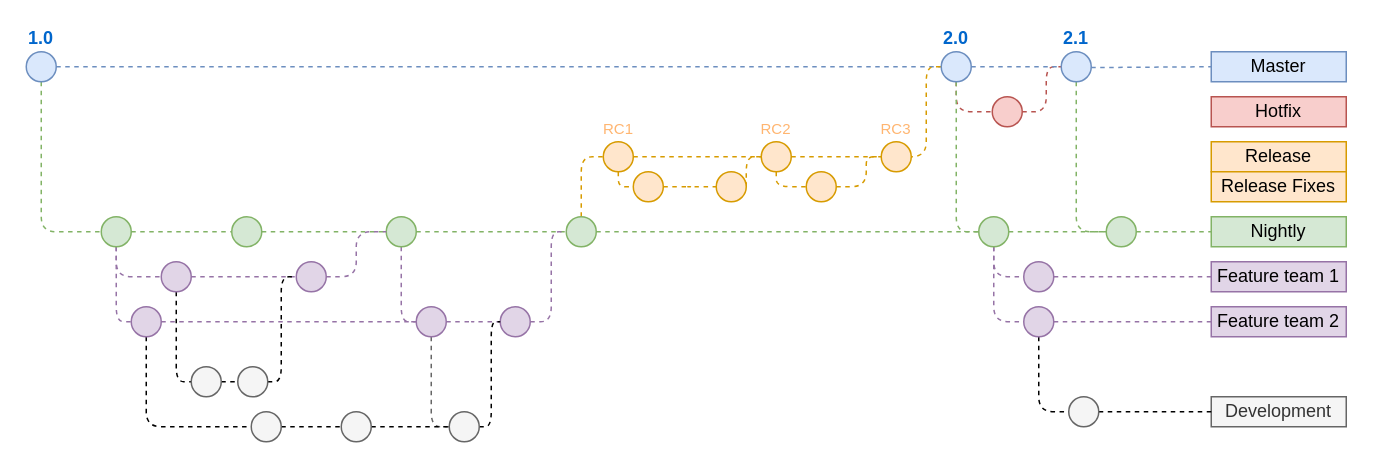
Earlier version of the draw.io diagram page "complex gitflow" (1 of 2) of blog/gitflow-examples.drawio (jgraph/drawio-diagrams). Source tidied: cells renumbered, new cells numbered last; positions are measured from the earlier drawing's top-left corner, leaving out a move shared by most shapes. Both pictures are drawn from the tidied source at 150%, with x=0, y=0 at pixel (26, 51).
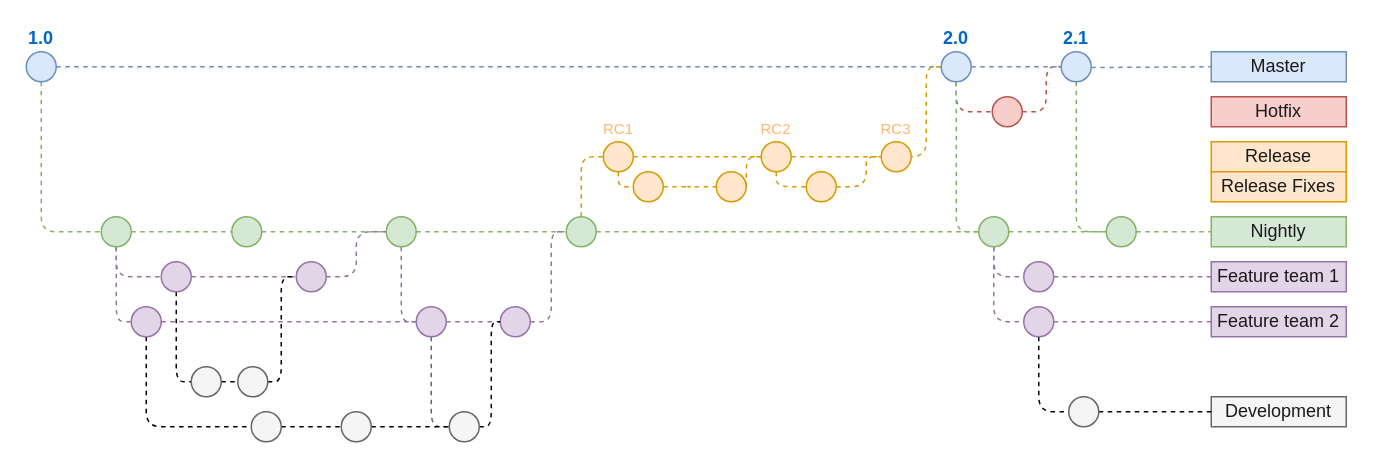
The same diagram, later.

The edit, as a diff of the source:
```diff
@@
-    <mxCell id="5" value="Master" style="text;html=1;strokeColor=#6c8ebf;fillColor=#dae8fc;align=center;verticalAlign=middle;whiteSpace=wrap;rounded=0;" parent="1" vertex="1">
+    <mxCell id="5" value="Master" style="text;html=1;strokeColor=#6c8ebf;fillColor=#dae8fc;align=center;verticalAlign=middle;whiteSpace=wrap;rounded=0;fontColor=#1A1A1A;" parent="1" vertex="1">
       <mxGeometry x="790" width="90" height="20" as="geometry" />
     </mxCell>
@@
-    <mxCell id="12" value="Hotfix" style="text;html=1;strokeColor=#b85450;fillColor=#f8cecc;align=center;verticalAlign=middle;whiteSpace=wrap;rounded=0;" parent="1" vertex="1">
+    <mxCell id="12" value="Hotfix" style="text;html=1;strokeColor=#b85450;fillColor=#f8cecc;align=center;verticalAlign=middle;whiteSpace=wrap;rounded=0;fontColor=#1A1A1A;" parent="1" vertex="1">
       <mxGeometry x="790" y="30" width="90" height="20" as="geometry" />
     </mxCell>
@@
-    <mxCell id="17" value="Nightly" style="text;html=1;strokeColor=#82b366;fillColor=#d5e8d4;align=center;verticalAlign=middle;whiteSpace=wrap;rounded=0;" parent="1" vertex="1">
+    <mxCell id="17" value="Nightly" style="text;html=1;strokeColor=#82b366;fillColor=#d5e8d4;align=center;verticalAlign=middle;whiteSpace=wrap;rounded=0;fontColor=#1A1A1A;" parent="1" vertex="1">
       <mxGeometry x="790" y="110" width="90" height="20" as="geometry" />
     </mxCell>
@@
-    <mxCell id="34" value="Release" style="text;html=1;strokeColor=#d79b00;fillColor=#ffe6cc;align=center;verticalAlign=middle;whiteSpace=wrap;rounded=0;fontSize=12;" parent="1" vertex="1">
+    <mxCell id="34" value="Release" style="text;html=1;strokeColor=#d79b00;fillColor=#ffe6cc;align=center;verticalAlign=middle;whiteSpace=wrap;rounded=0;fontSize=12;fontColor=#1A1A1A;" parent="1" vertex="1">
       <mxGeometry x="790" y="60" width="90" height="20" as="geometry" />
     </mxCell>
@@
-    <mxCell id="49" value="Feature team 1" style="text;html=1;strokeColor=#9673a6;fillColor=#e1d5e7;align=center;verticalAlign=middle;whiteSpace=wrap;rounded=0;" parent="1" vertex="1">
+    <mxCell id="49" value="Feature team 1" style="text;html=1;strokeColor=#9673a6;fillColor=#e1d5e7;align=center;verticalAlign=middle;whiteSpace=wrap;rounded=0;fontColor=#1A1A1A;" parent="1" vertex="1">
       <mxGeometry x="790" y="140" width="90" height="20" as="geometry" />
     </mxCell>
-    <mxCell id="50" value="Feature team 2" style="text;html=1;strokeColor=#9673a6;fillColor=#e1d5e7;align=center;verticalAlign=middle;whiteSpace=wrap;rounded=0;" parent="1" vertex="1">
+    <mxCell id="50" value="Feature team 2" style="text;html=1;strokeColor=#9673a6;fillColor=#e1d5e7;align=center;verticalAlign=middle;whiteSpace=wrap;rounded=0;fontColor=#1A1A1A;" parent="1" vertex="1">
       <mxGeometry x="790" y="170" width="90" height="20" as="geometry" />
     </mxCell>
@@
-    <mxCell id="61" value="Development" style="text;html=1;strokeColor=#666666;fillColor=#f5f5f5;align=center;verticalAlign=middle;whiteSpace=wrap;rounded=0;fontColor=#333333;" parent="1" vertex="1">
+    <mxCell id="61" value="Development" style="text;html=1;strokeColor=#666666;fillColor=#f5f5f5;align=center;verticalAlign=middle;whiteSpace=wrap;rounded=0;fontColor=#1A1A1A;" parent="1" vertex="1">
       <mxGeometry x="790" y="230" width="90" height="20" as="geometry" />
     </mxCell>
@@
-    <mxCell id="69" value="Release Fixes" style="text;html=1;strokeColor=#d79b00;fillColor=#ffe6cc;align=center;verticalAlign=middle;whiteSpace=wrap;rounded=0;fontSize=12;" parent="1" vertex="1">
+    <mxCell id="69" value="Release Fixes" style="text;html=1;strokeColor=#d79b00;fillColor=#ffe6cc;align=center;verticalAlign=middle;whiteSpace=wrap;rounded=0;fontSize=12;fontColor=#1A1A1A;" parent="1" vertex="1">
       <mxGeometry x="790" y="80" width="90" height="20" as="geometry" />
     </mxCell>
```
